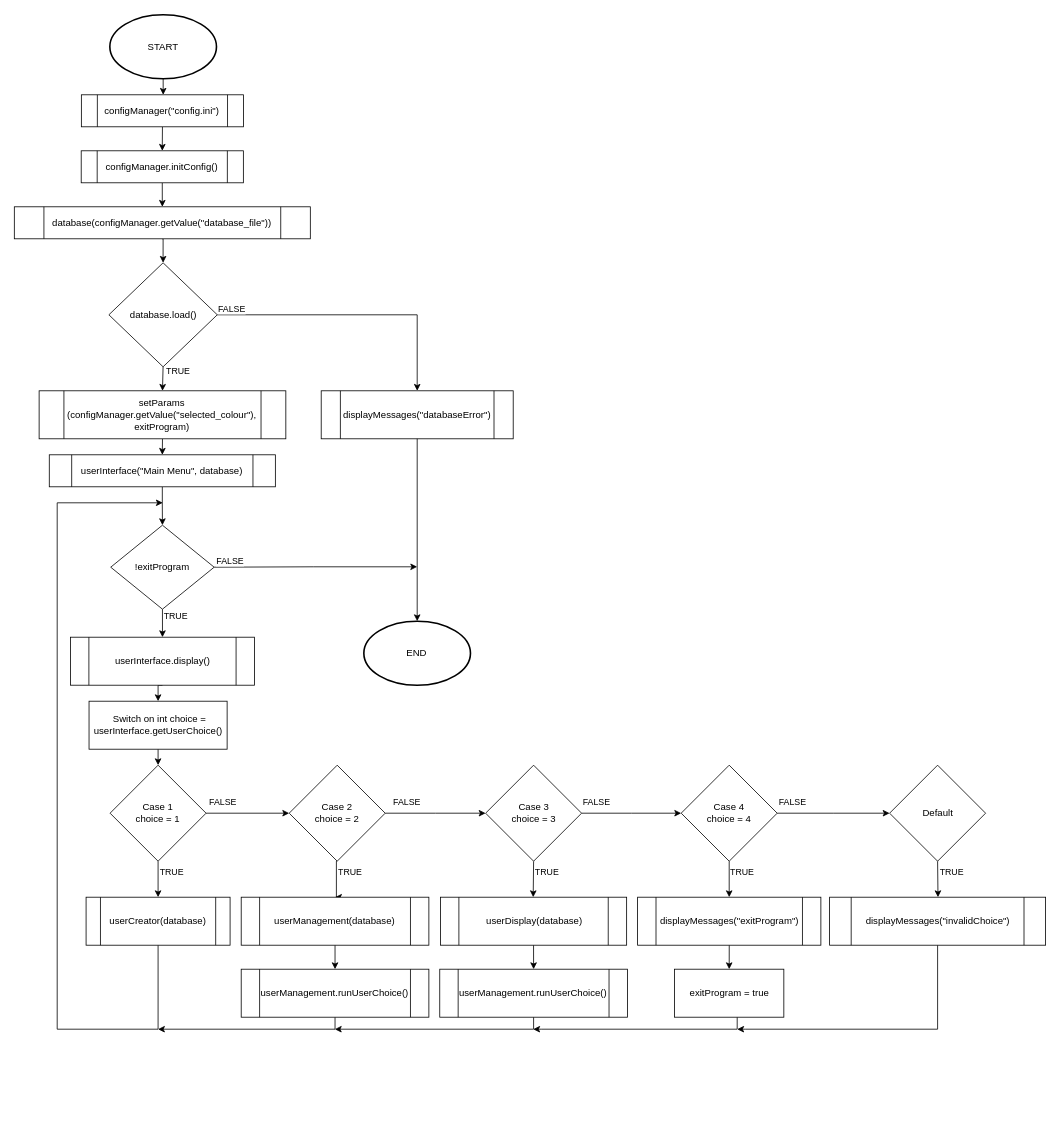
This is Doc/Block_Schemes/MAIN.drawio from HyperekDerg/HiveHub, a draw.io file, before an edit. Source tidied: cells renumbered, new cells numbered last; positions are measured from the earlier drawing's top-left corner, leaving out a move shared by most shapes. Both pictures are drawn from the tidied source at 80%, with x=0, y=0 at pixel (14, 14).
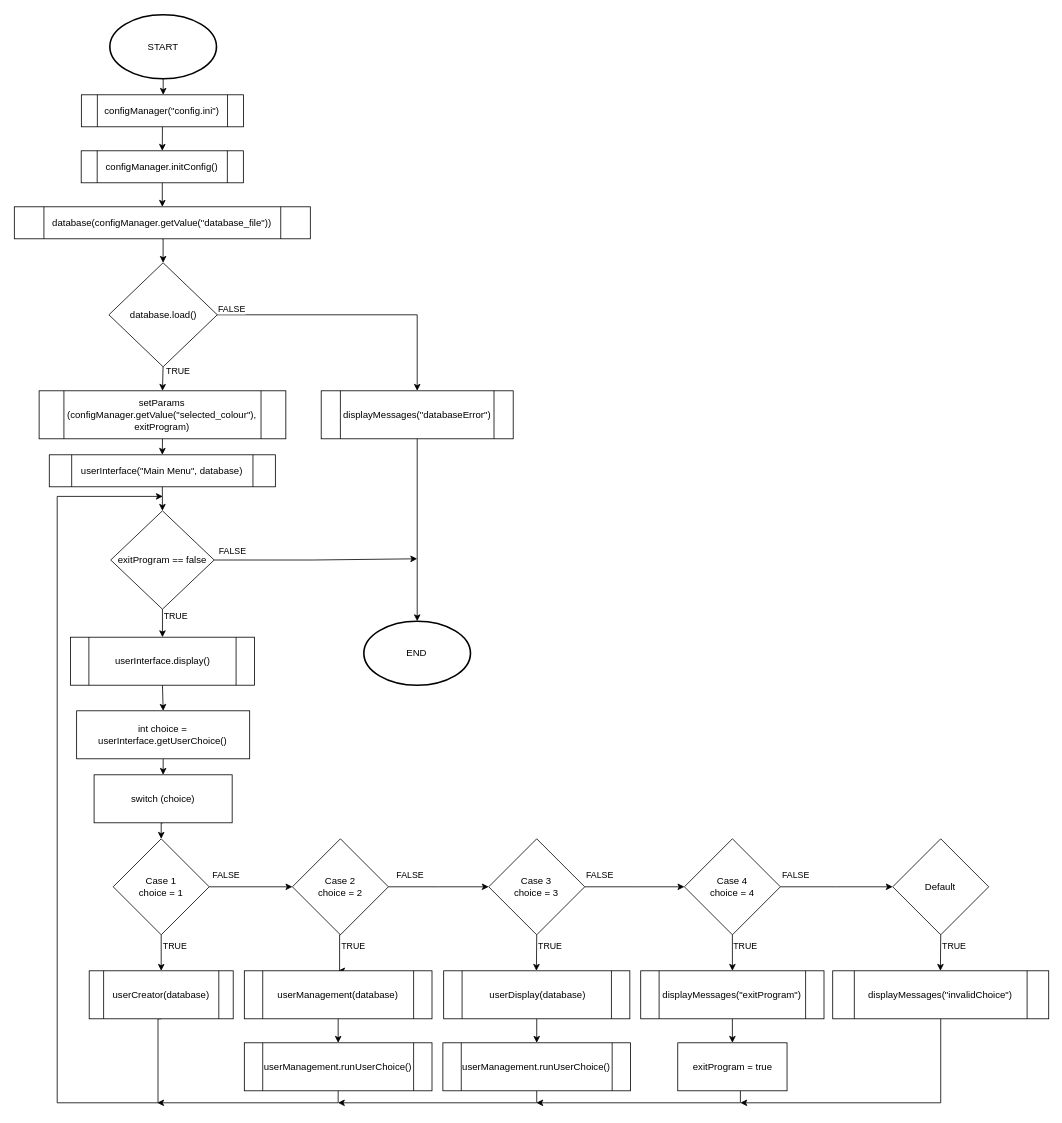
After the change.

Unchanged cells that the change refers to:
```xml
<mxCell id="16" value="userInterface.display()" style="shape=process;whiteSpace=wrap;html=1;backgroundOutline=1;" parent="1" vertex="1">
  <mxGeometry x="70.6" y="778" width="230" height="60" as="geometry" />
</mxCell>
```

What changed in the source:
```diff
@@
-    <mxCell id="14" value="!exitProgram" style="rhombus;whiteSpace=wrap;html=1;" parent="1" vertex="1">
-      <mxGeometry x="120.9" y="638" width="129.3" height="105" as="geometry" />
+    <mxCell id="14" value="exitProgram == false" style="rhombus;whiteSpace=wrap;html=1;" parent="1" vertex="1">
+      <mxGeometry x="120.9" y="620" width="129.3" height="123" as="geometry" />
     </mxCell>
-    <mxCell id="15" style="edgeStyle=orthogonalEdgeStyle;rounded=0;jettySize=auto;html=1;exitX=0.5;exitY=1;exitDx=0;exitDy=0;entryX=0.5;entryY=0;entryDx=0;entryDy=0;" parent="1" edge="1" source="16" target="18">
-      <mxGeometry relative="1" as="geometry" />
-    </mxCell>
+    <mxCell id="70" style="edgeStyle=orthogonalEdgeStyle;rounded=0;jettySize=auto;html=1;exitX=0.5;exitY=1;exitDx=0;exitDy=0;entryX=0.5;entryY=0;entryDx=0;entryDy=0;" parent="1" edge="1" source="16" target="72">
+      <mxGeometry relative="1" as="geometry" />
+    </mxCell>
@@
-    <mxCell id="18" value="&amp;nbsp;Switch&amp;nbsp;on int choice = userInterface.getUserChoice()" style="rounded=0;whiteSpace=wrap;html=1;" parent="1" vertex="1">
-      <mxGeometry x="93.8" y="858" width="172.6" height="60" as="geometry" />
+    <mxCell id="18" value="switch (choice)" style="rounded=0;whiteSpace=wrap;html=1;" parent="1" vertex="1">
+      <mxGeometry x="100.1" y="950" width="172.6" height="60" as="geometry" />
     </mxCell>
@@
     <mxCell id="23" value="Case 1&#10;choice = 1" style="rhombus;whiteSpace=wrap;html=1;" parent="1" vertex="1">
-      <mxGeometry x="120.1" y="938" width="120" height="120" as="geometry" />
+      <mxGeometry x="124" y="1030" width="120" height="120" as="geometry" />
     </mxCell>
@@
     <mxCell id="28" value="Case 2&#10;choice = 2" style="rhombus;whiteSpace=wrap;html=1;" parent="1" vertex="1">
-      <mxGeometry x="344" y="938" width="120" height="120" as="geometry" />
+      <mxGeometry x="348" y="1030" width="120" height="120" as="geometry" />
     </mxCell>
@@
     <mxCell id="33" value="Case 3&#10;choice = 3" style="rhombus;whiteSpace=wrap;html=1;" parent="1" vertex="1">
-      <mxGeometry x="589.5" y="938" width="120" height="120" as="geometry" />
+      <mxGeometry x="593.4" y="1030" width="120" height="120" as="geometry" />
     </mxCell>
@@
     <mxCell id="38" value="Case 4&#10;choice = 4" style="rhombus;whiteSpace=wrap;html=1;" parent="1" vertex="1">
-      <mxGeometry x="834" y="938" width="120" height="120" as="geometry" />
+      <mxGeometry x="838" y="1030" width="120" height="120" as="geometry" />
     </mxCell>
@@
     <mxCell id="41" value="Default" style="rhombus;whiteSpace=wrap;html=1;" parent="1" vertex="1">
-      <mxGeometry x="1094.5" y="938" width="120" height="120" as="geometry" />
+      <mxGeometry x="1098.4" y="1030" width="120" height="120" as="geometry" />
     </mxCell>
     <mxCell id="42" style="edgeStyle=orthogonalEdgeStyle;rounded=0;jettySize=auto;html=1;exitX=0.5;exitY=1;exitDx=0;exitDy=0;" parent="1" edge="1" source="43">
       <mxGeometry relative="1" as="geometry">
-        <mxPoint x="186" y="610" as="targetPoint" />
+        <mxPoint x="186" y="602" as="targetPoint" />
         <Array as="points">
-          <mxPoint x="180" y="1268" />
-          <mxPoint x="54" y="1268" />
-          <mxPoint x="54" y="610" />
+          <mxPoint x="180" y="1255" />
+          <mxPoint x="180" y="1360" />
+          <mxPoint x="54" y="1360" />
+          <mxPoint x="54" y="602" />
         </Array>
       </mxGeometry>
     </mxCell>
     <mxCell id="43" value="userCreator(database)" style="shape=process;whiteSpace=wrap;html=1;backgroundOutline=1;" parent="1" vertex="1">
-      <mxGeometry x="90.1" y="1103" width="180" height="60" as="geometry" />
+      <mxGeometry x="94" y="1195" width="180" height="60" as="geometry" />
     </mxCell>
     <mxCell id="44" style="edgeStyle=orthogonalEdgeStyle;rounded=0;jettySize=auto;html=1;exitX=0.5;exitY=1;exitDx=0;exitDy=0;endArrow=classic;endFill=1;" parent="1" edge="1" source="69">
       <mxGeometry relative="1" as="geometry">
-        <mxPoint x="401" y="1268" as="targetPoint" />
+        <mxPoint x="404.9" y="1360" as="targetPoint" />
         <Array as="points">
-          <mxPoint x="650" y="1268" />
+          <mxPoint x="653.9" y="1360" />
         </Array>
       </mxGeometry>
     </mxCell>
@@
     <mxCell id="46" value="&amp;nbsp;userDisplay(database)" style="shape=process;whiteSpace=wrap;html=1;backgroundOutline=1;" parent="1" vertex="1">
-      <mxGeometry x="533.1" y="1103" width="232.7" height="60" as="geometry" />
+      <mxGeometry x="537.1" y="1195" width="232.7" height="60" as="geometry" />
     </mxCell>
@@
     <mxCell id="48" value="displayMessages(&quot;exitProgram&quot;)" style="shape=process;whiteSpace=wrap;html=1;backgroundOutline=1;" parent="1" vertex="1">
-      <mxGeometry x="779.5" y="1103" width="229.1" height="60" as="geometry" />
+      <mxGeometry x="783.4" y="1195" width="229.1" height="60" as="geometry" />
     </mxCell>
     <mxCell id="49" style="edgeStyle=orthogonalEdgeStyle;rounded=0;orthogonalLoop=1;jettySize=auto;html=1;exitX=0.5;exitY=1;exitDx=0;exitDy=0;endArrow=classic;endFill=1;" parent="1" edge="1">
       <mxGeometry relative="1" as="geometry">
-        <mxPoint x="904" y="1253" as="sourcePoint" />
-        <mxPoint x="649" y="1268" as="targetPoint" />
+        <mxPoint x="908" y="1345" as="sourcePoint" />
+        <mxPoint x="652.9" y="1360" as="targetPoint" />
         <Array as="points">
-          <mxPoint x="904" y="1268" />
-          <mxPoint x="659" y="1268" />
+          <mxPoint x="907.9" y="1360" />
+          <mxPoint x="662.9" y="1360" />
         </Array>
       </mxGeometry>
     </mxCell>
     <mxCell id="50" value="exitProgram = true" style="rounded=0;whiteSpace=wrap;html=1;" parent="1" vertex="1">
-      <mxGeometry x="825.7" y="1193" width="136.6" height="60" as="geometry" />
+      <mxGeometry x="829.7" y="1285" width="136.6" height="60" as="geometry" />
     </mxCell>
     <mxCell id="51" style="edgeStyle=orthogonalEdgeStyle;rounded=0;jettySize=auto;html=1;exitX=0.5;exitY=1;exitDx=0;exitDy=0;endArrow=classic;endFill=1;" parent="1" edge="1" source="52">
       <mxGeometry relative="1" as="geometry">
-        <mxPoint x="904" y="1268" as="targetPoint" />
+        <mxPoint x="907.9" y="1360" as="targetPoint" />
         <Array as="points">
-          <mxPoint x="1155" y="1268" />
-          <mxPoint x="914" y="1268" />
+          <mxPoint x="1158.9" y="1360" />
+          <mxPoint x="917.9" y="1360" />
         </Array>
       </mxGeometry>
     </mxCell>
     <mxCell id="52" value="displayMessages(&quot;invalidChoice&quot;)" style="shape=process;whiteSpace=wrap;html=1;backgroundOutline=1;" parent="1" vertex="1">
-      <mxGeometry x="1019.5" y="1103" width="270" height="60" as="geometry" />
+      <mxGeometry x="1023.4" y="1195" width="270" height="60" as="geometry" />
     </mxCell>
@@
     <mxCell id="55" style="edgeStyle=orthogonalEdgeStyle;rounded=0;jettySize=auto;html=1;exitX=0.5;exitY=1;exitDx=0;exitDy=0;endArrow=classic;endFill=1;" parent="1" edge="1" source="56">
       <mxGeometry relative="1" as="geometry">
-        <mxPoint x="180" y="1268" as="targetPoint" />
+        <mxPoint x="179" y="1360" as="targetPoint" />
         <Array as="points">
-          <mxPoint x="401" y="1268" />
+          <mxPoint x="404.9" y="1360" />
         </Array>
       </mxGeometry>
     </mxCell>
     <mxCell id="56" value="userManagement.runUserChoice()" style="shape=process;whiteSpace=wrap;html=1;backgroundOutline=1;" parent="1" vertex="1">
-      <mxGeometry x="284" y="1193" width="234.6" height="60" as="geometry" />
+      <mxGeometry x="287.9" y="1285" width="234.6" height="60" as="geometry" />
     </mxCell>
@@
     <mxCell id="59" style="edgeStyle=orthogonalEdgeStyle;rounded=0;jettySize=auto;html=1;exitX=1;exitY=0.5;exitDx=0;exitDy=0;endArrow=classic;endFill=1;" parent="1" edge="1" source="14">
       <mxGeometry relative="1" as="geometry">
-        <mxPoint x="504" y="690" as="targetPoint" />
+        <mxPoint x="504" y="680" as="targetPoint" />
         <Array as="points">
-          <mxPoint x="374" y="691" />
-          <mxPoint x="504" y="691" />
+          <mxPoint x="374" y="681" />
+          <mxPoint x="504" y="681" />
         </Array>
       </mxGeometry>
     </mxCell>
     <mxCell id="60" value="FALSE" style="edgeLabel;html=1;align=center;verticalAlign=middle;" parent="59" vertex="1">
       <mxGeometry x="-0.67" y="2" relative="1" as="geometry">
-        <mxPoint x="-23" y="-6" as="offset" />
+        <mxPoint x="-20" y="-9" as="offset" />
       </mxGeometry>
     </mxCell>
@@
     <mxCell id="68" value="userManagement(database)" style="shape=process;whiteSpace=wrap;html=1;backgroundOutline=1;" parent="1" vertex="1">
-      <mxGeometry x="284" y="1103" width="234.6" height="60" as="geometry" />
+      <mxGeometry x="287.9" y="1195" width="234.6" height="60" as="geometry" />
     </mxCell>
     <mxCell id="69" value="userManagement.runUserChoice()" style="shape=process;whiteSpace=wrap;html=1;backgroundOutline=1;" parent="1" vertex="1">
-      <mxGeometry x="532.2" y="1193" width="234.6" height="60" as="geometry" />
+      <mxGeometry x="536.1" y="1285" width="234.6" height="60" as="geometry" />
     </mxCell>
+    <mxCell id="71" style="edgeStyle=orthogonalEdgeStyle;rounded=0;jettySize=auto;html=1;exitX=0.5;exitY=1;exitDx=0;exitDy=0;entryX=0.5;entryY=0;entryDx=0;entryDy=0;" parent="1" edge="1" source="72" target="18">
+      <mxGeometry relative="1" as="geometry" />
+    </mxCell>
+    <mxCell id="72" value="int choice = userInterface.getUserChoice()" style="rounded=0;whiteSpace=wrap;html=1;" parent="1" vertex="1">
+      <mxGeometry x="78.3" y="870" width="216.3" height="60" as="geometry" />
+    </mxCell>
```
